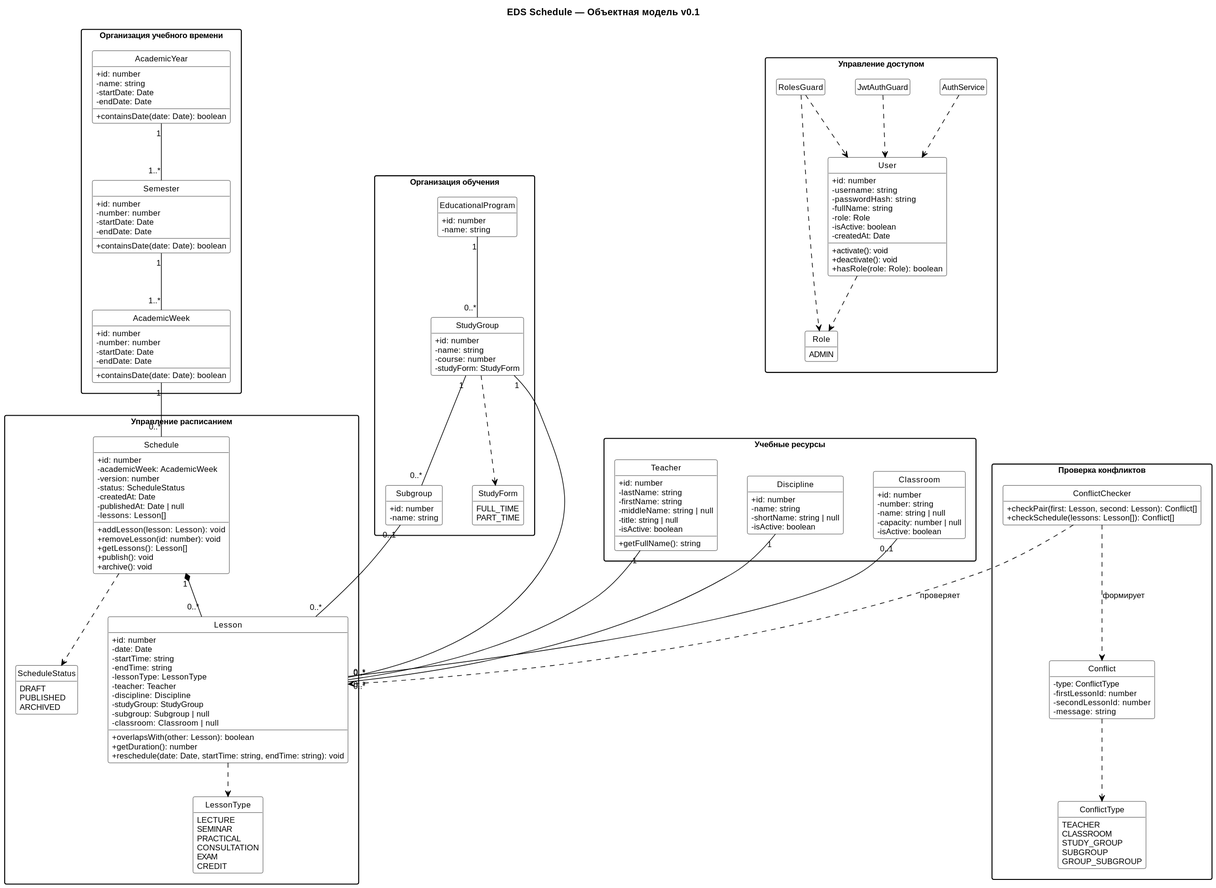
The PlantUML diagram docs/uml/class-diagram.svg in lizzzka0/eds-schedule, before a commit. Source of this version:
```plantuml
@startuml
title EDS Schedule — Объектная модель v0.1


skinparam classAttributeIconSize 0
skinparam shadowing false
skinparam packageStyle rectangle

skinparam nodesep 45
skinparam ranksep 50
skinparam defaultFontName Arial
skinparam defaultFontSize 12

skinparam backgroundColor white
skinparam classBackgroundColor white
skinparam classBorderColor black
skinparam ArrowColor black
skinparam packageBorderColor black
skinparam packageBackgroundColor white
skinparam monochrome true

hide circle
hide empty members


package "Организация учебного времени" {

    class AcademicYear {
        + id: number
        - name: string
        - startDate: Date
        - endDate: Date

        + containsDate(date: Date): boolean
    }

    class Semester {
        + id: number
        - number: number
        - startDate: Date
        - endDate: Date

        + containsDate(date: Date): boolean
    }

    class AcademicWeek {
        + id: number
        - number: number
        - startDate: Date
        - endDate: Date

        + containsDate(date: Date): boolean
    }
}


package "Организация обучения" {

    class EducationalProgram {
        + id: number
        - name: string
    }

    class StudyGroup {
        + id: number
        - name: string
        - course: number
        - studyForm: StudyForm
    }

    class Subgroup {
        + id: number
        - name: string
    }

    enum StudyForm {
        FULL_TIME
        PART_TIME
    }
}


package "Учебные ресурсы" {

    class Teacher {
        + id: number
        - lastName: string
        - firstName: string
        - middleName: string | null
        - title: string | null
        - isActive: boolean

        + getFullName(): string
    }

    class Discipline {
        + id: number
        - name: string
        - shortName: string | null
        - isActive: boolean
    }

    class Classroom {
        + id: number
        - number: string
        - name: string | null
        - capacity: number | null
        - isActive: boolean
    }
}


package "Управление расписанием" {

    class Schedule {
        + id: number
        - academicWeek: AcademicWeek
        - version: number
        - status: ScheduleStatus
        - createdAt: Date
        - publishedAt: Date | null
        - lessons: Lesson[]

        + addLesson(lesson: Lesson): void
        + removeLesson(id: number): void
        + getLessons(): Lesson[]
        + publish(): void
        + archive(): void
    }

    class Lesson {
        + id: number
        - date: Date
        - startTime: string
        - endTime: string
        - lessonType: LessonType
        - teacher: Teacher
        - discipline: Discipline
        - studyGroup: StudyGroup
        - subgroup: Subgroup | null
        - classroom: Classroom | null

        + overlapsWith(other: Lesson): boolean
        + getDuration(): number
        + reschedule(date: Date, startTime: string, endTime: string): void
    }

    enum LessonType {
        LECTURE
        SEMINAR
        PRACTICAL
        CONSULTATION
        EXAM
        CREDIT
    }

    enum ScheduleStatus {
        DRAFT
        PUBLISHED
        ARCHIVED
    }
}


package "Проверка конфликтов" {

    class ConflictChecker {
        + checkPair(first: Lesson, second: Lesson): Conflict[]
        + checkSchedule(lessons: Lesson[]): Conflict[]
    }

    class Conflict {
        - type: ConflictType
        - firstLessonId: number
        - secondLessonId: number
        - message: string
    }

    enum ConflictType {
        TEACHER
        CLASSROOM
        STUDY_GROUP
        SUBGROUP
        GROUP_SUBGROUP
    }
}


package "Управление доступом" {

    class User {
        + id: number
        - username: string
        - passwordHash: string
        - fullName: string
        - role: Role
        - isActive: boolean
        - createdAt: Date

        + activate(): void
        + deactivate(): void
        + hasRole(role: Role): boolean
    }

    enum Role {
        ADMIN
    }

    class AuthService {
    }

    class JwtAuthGuard {
    }

    class RolesGuard {
    }
}



AcademicYear "1" -- "1..*" Semester
Semester "1" -- "1..*" AcademicWeek


EducationalProgram "1" -- "0..*" StudyGroup
StudyGroup "1" -- "0..*" Subgroup
StudyGroup ..> StudyForm


AcademicWeek "1" -- "0..*" Schedule

Schedule "1" *-- "0..*" Lesson

Schedule ..> ScheduleStatus
Lesson ..> LessonType


Teacher "1" -- "0..*" Lesson
Discipline "1" -- "0..*" Lesson
Classroom "0..1" -- "0..*" Lesson


StudyGroup "1" -- "0..*" Lesson
Subgroup "0..1" -- "0..*" Lesson


ConflictChecker ..> Lesson : проверяет
ConflictChecker ..> Conflict : формирует
Conflict ..> ConflictType


User ..> Role

AuthService ..> User

JwtAuthGuard ..> User

RolesGuard ..> User
RolesGuard ..> Role
@enduml
```
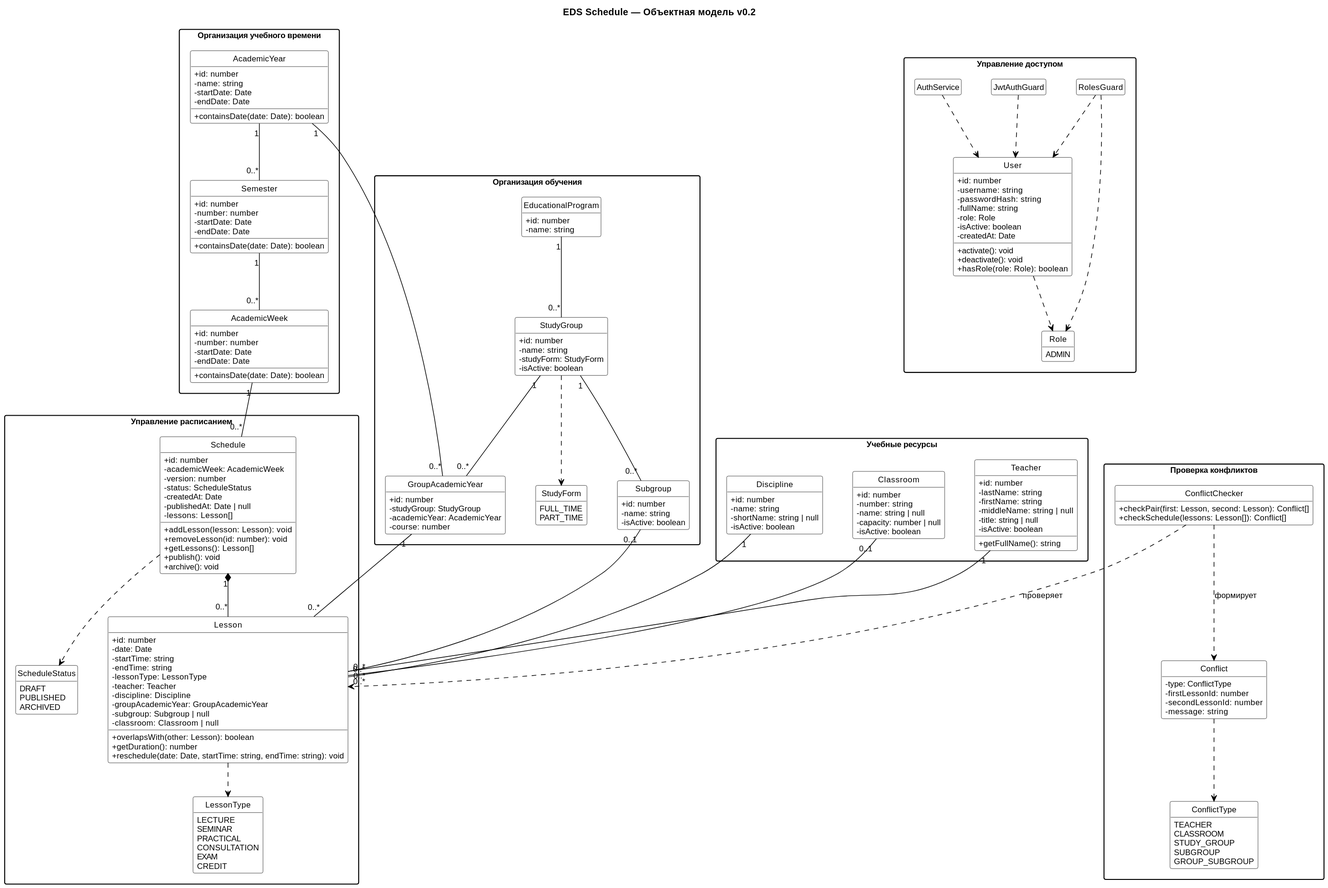
Later version of the same file.

Commit message:
Проектирование базы данных PostgreSQL, построение ER-диаграммы и обновление объектной модели до v0.2

Change to the diagram source:
```diff
@@ -1,11 +1,10 @@
 @startuml
-title EDS Schedule — Объектная модель v0.1
+title EDS Schedule — Объектная модель v0.2
 
 
 skinparam classAttributeIconSize 0
 skinparam shadowing false
 skinparam packageStyle rectangle
-
 skinparam nodesep 45
 skinparam ranksep 50
 skinparam defaultFontName Arial
@@ -64,13 +63,21 @@
     class StudyGroup {
         + id: number
         - name: string
-        - course: number
         - studyForm: StudyForm
+        - isActive: boolean
     }
 
     class Subgroup {
         + id: number
         - name: string
+        - isActive: boolean
+    }
+
+    class GroupAcademicYear {
+        + id: number
+        - studyGroup: StudyGroup
+        - academicYear: AcademicYear
+        - course: number
     }
 
     enum StudyForm {
@@ -136,7 +143,7 @@
         - lessonType: LessonType
         - teacher: Teacher
         - discipline: Discipline
-        - studyGroup: StudyGroup
+        - groupAcademicYear: GroupAcademicYear
         - subgroup: Subgroup | null
         - classroom: Classroom | null
 
@@ -218,17 +225,21 @@
 
 
 
-AcademicYear "1" -- "1..*" Semester
-Semester "1" -- "1..*" AcademicWeek
+AcademicYear "1" -- "0..*" Semester
+Semester "1" -- "0..*" AcademicWeek
 
 
 EducationalProgram "1" -- "0..*" StudyGroup
 StudyGroup "1" -- "0..*" Subgroup
+
 StudyGroup ..> StudyForm
 
 
+StudyGroup "1" -- "0..*" GroupAcademicYear
+AcademicYear "1" -- "0..*" GroupAcademicYear
+
+
 AcademicWeek "1" -- "0..*" Schedule
-
 Schedule "1" *-- "0..*" Lesson
 
 Schedule ..> ScheduleStatus
@@ -240,7 +251,7 @@
 Classroom "0..1" -- "0..*" Lesson
 
 
-StudyGroup "1" -- "0..*" Lesson
+GroupAcademicYear "1" -- "0..*" Lesson
 Subgroup "0..1" -- "0..*" Lesson
 
 
@@ -250,11 +261,8 @@
 
 
 User ..> Role
-
 AuthService ..> User
-
 JwtAuthGuard ..> User
-
 RolesGuard ..> User
 RolesGuard ..> Role
 @enduml
```
